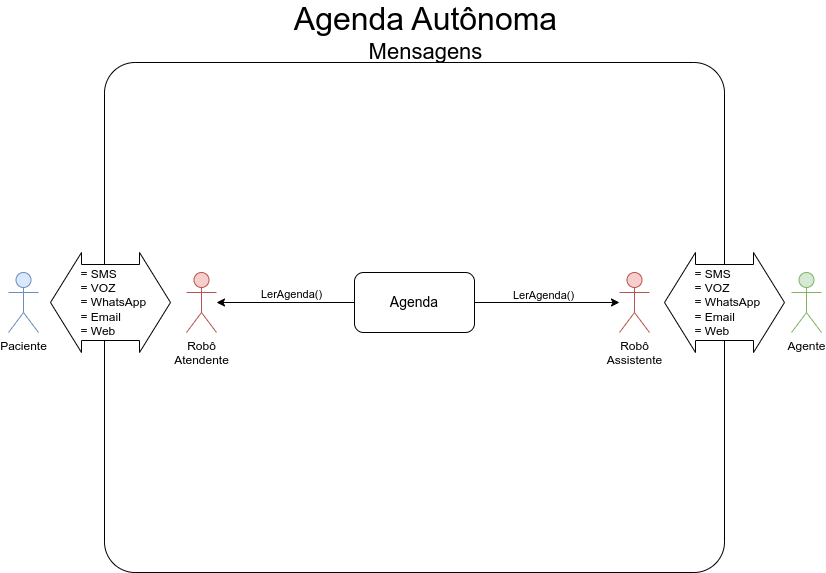
This is Agenda-Página-2.drawio.png from gunboe/Agenda, a draw.io export, as it was before one commit. Source tidied: cells renumbered, new cells last; positions are measured from the earlier drawing's top-left corner, leaving out a move shared by most shapes. Its diagram source:
```xml
<mxGraphModel>
  <root>
    <mxCell id="0" />
    <mxCell id="1" parent="0" />
    <mxCell id="2" style="rounded=1;whiteSpace=wrap;html=1;arcSize=6;" parent="1" vertex="1">
      <mxGeometry x="96" y="60" width="620" height="510" as="geometry" />
    </mxCell>
    <mxCell id="3" value="Paciente" style="shape=umlActor;verticalLabelPosition=bottom;verticalAlign=top;html=1;fillColor=#dae8fc;strokeColor=#6c8ebf;" parent="1" vertex="1">
      <mxGeometry y="270" width="30" height="60" as="geometry" />
    </mxCell>
    <mxCell id="4" value="Agente" style="shape=umlActor;verticalLabelPosition=bottom;verticalAlign=top;html=1;fillColor=#d5e8d4;strokeColor=#82b366;" parent="1" vertex="1">
      <mxGeometry x="783" y="270" width="30" height="60" as="geometry" />
    </mxCell>
    <mxCell id="5" value="Robô&lt;br&gt;Atendente" style="shape=umlActor;verticalLabelPosition=bottom;verticalAlign=top;html=1;outlineConnect=0;fillColor=#f8cecc;strokeColor=#b85450;" parent="1" vertex="1">
      <mxGeometry x="178" y="270" width="30" height="60" as="geometry" />
    </mxCell>
    <mxCell id="6" value="Robô&lt;br&gt;Assistente" style="shape=umlActor;verticalLabelPosition=bottom;verticalAlign=top;html=1;outlineConnect=0;fillColor=#f8cecc;strokeColor=#b85450;" parent="1" vertex="1">
      <mxGeometry x="611" y="270" width="30" height="60" as="geometry" />
    </mxCell>
    <mxCell id="7" value="&lt;font style=&quot;&quot;&gt;&lt;span style=&quot;font-size: 32px;&quot;&gt;Agenda Autônoma&lt;/span&gt;&lt;br&gt;&lt;font style=&quot;font-size: 22px;&quot;&gt;Mensagens&lt;/font&gt;&lt;br&gt;&lt;/font&gt;" style="text;html=1;strokeColor=none;fillColor=none;align=center;verticalAlign=middle;whiteSpace=wrap;rounded=0;" parent="1" vertex="1">
      <mxGeometry x="269.5" width="295" height="60" as="geometry" />
    </mxCell>
    <mxCell id="8" style="edgeStyle=orthogonalEdgeStyle;rounded=0;jettySize=auto;html=1;" parent="1" edge="1" source="12" target="5">
      <mxGeometry relative="1" as="geometry" />
    </mxCell>
    <mxCell id="9" value="LerAgenda()" style="edgeLabel;html=1;align=center;verticalAlign=middle;" parent="8" vertex="1">
      <mxGeometry x="-0.08" y="-2" relative="1" as="geometry">
        <mxPoint x="-1" y="-7" as="offset" />
      </mxGeometry>
    </mxCell>
    <mxCell id="10" style="edgeStyle=orthogonalEdgeStyle;rounded=0;jettySize=auto;html=1;" parent="1" edge="1" source="12" target="6">
      <mxGeometry relative="1" as="geometry" />
    </mxCell>
    <mxCell id="11" value="LerAgenda()" style="edgeLabel;html=1;align=center;verticalAlign=middle;" parent="10" vertex="1">
      <mxGeometry x="-0.06" y="-1" relative="1" as="geometry">
        <mxPoint y="-9" as="offset" />
      </mxGeometry>
    </mxCell>
    <mxCell id="12" value="Agenda" style="rounded=1;whiteSpace=wrap;html=1;fontSize=14;" parent="1" vertex="1">
      <mxGeometry x="346" y="270" width="120" height="60" as="geometry" />
    </mxCell>
    <mxCell id="13" value="&lt;div style=&quot;border-color: var(--border-color); text-align: left;&quot;&gt;&amp;nbsp; = SMS&lt;/div&gt;&lt;div style=&quot;border-color: var(--border-color); text-align: left;&quot;&gt;&amp;nbsp; = VOZ&lt;/div&gt;&lt;div style=&quot;border-color: var(--border-color); text-align: left;&quot;&gt;&lt;span style=&quot;border-color: var(--border-color); background-color: initial;&quot;&gt;&amp;nbsp; = WhatsApp&lt;/span&gt;&lt;/div&gt;&lt;div style=&quot;border-color: var(--border-color); text-align: left;&quot;&gt;&lt;span style=&quot;border-color: var(--border-color); background-color: initial;&quot;&gt;&amp;nbsp; = Email&lt;/span&gt;&lt;/div&gt;&lt;div style=&quot;border-color: var(--border-color); text-align: left;&quot;&gt;&lt;span style=&quot;border-color: var(--border-color); background-color: initial;&quot;&gt;&amp;nbsp; = Web&lt;/span&gt;&lt;/div&gt;" style="shape=doubleArrow;whiteSpace=wrap;html=1;arrowWidth=0.76;arrowSize=0.25833333333333336;" parent="1" vertex="1">
      <mxGeometry x="42" y="250" width="120" height="100" as="geometry" />
    </mxCell>
    <mxCell id="14" value="&lt;div style=&quot;border-color: var(--border-color); text-align: left;&quot;&gt;&amp;nbsp; = SMS&lt;/div&gt;&lt;div style=&quot;border-color: var(--border-color); text-align: left;&quot;&gt;&amp;nbsp; = VOZ&lt;/div&gt;&lt;div style=&quot;border-color: var(--border-color); text-align: left;&quot;&gt;&lt;span style=&quot;border-color: var(--border-color); background-color: initial;&quot;&gt;&amp;nbsp; = WhatsApp&lt;/span&gt;&lt;/div&gt;&lt;div style=&quot;border-color: var(--border-color); text-align: left;&quot;&gt;&lt;span style=&quot;border-color: var(--border-color); background-color: initial;&quot;&gt;&amp;nbsp; = Email&lt;/span&gt;&lt;/div&gt;&lt;div style=&quot;border-color: var(--border-color); text-align: left;&quot;&gt;&lt;span style=&quot;border-color: var(--border-color); background-color: initial;&quot;&gt;&amp;nbsp; = Web&lt;/span&gt;&lt;/div&gt;" style="shape=doubleArrow;whiteSpace=wrap;html=1;arrowWidth=0.76;arrowSize=0.25833333333333336;" parent="1" vertex="1">
      <mxGeometry x="656" y="250" width="120" height="100" as="geometry" />
    </mxCell>
  </root>
</mxGraphModel>
```
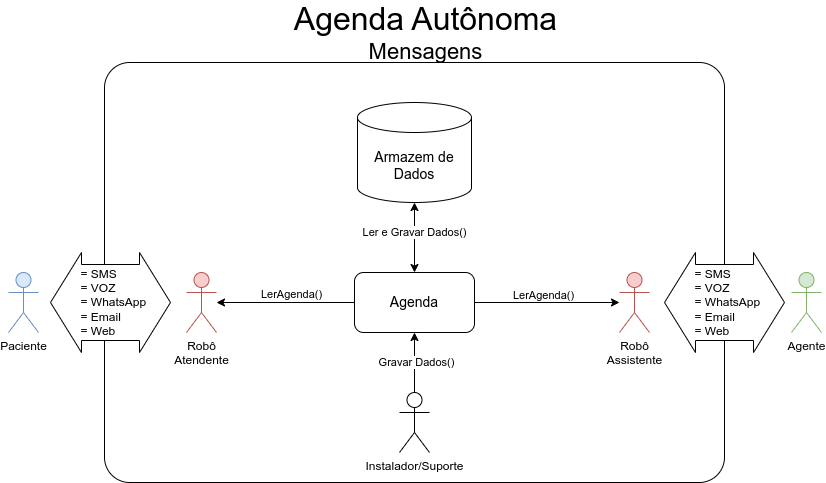
After the commit.

Diff of the diagram source:
```diff
@@ -3,7 +3,7 @@
     <mxCell id="0" />
     <mxCell id="1" parent="0" />
     <mxCell id="2" style="rounded=1;whiteSpace=wrap;html=1;arcSize=6;" parent="1" vertex="1">
-      <mxGeometry x="96" y="60" width="620" height="510" as="geometry" />
+      <mxGeometry x="96" y="60" width="620" height="420" as="geometry" />
     </mxCell>
     <mxCell id="3" value="Paciente" style="shape=umlActor;verticalLabelPosition=bottom;verticalAlign=top;html=1;fillColor=#dae8fc;strokeColor=#6c8ebf;" parent="1" vertex="1">
       <mxGeometry y="270" width="30" height="60" as="geometry" />
@@ -45,5 +45,23 @@
     <mxCell id="14" value="&lt;div style=&quot;border-color: var(--border-color); text-align: left;&quot;&gt;&amp;nbsp; = SMS&lt;/div&gt;&lt;div style=&quot;border-color: var(--border-color); text-align: left;&quot;&gt;&amp;nbsp; = VOZ&lt;/div&gt;&lt;div style=&quot;border-color: var(--border-color); text-align: left;&quot;&gt;&lt;span style=&quot;border-color: var(--border-color); background-color: initial;&quot;&gt;&amp;nbsp; = WhatsApp&lt;/span&gt;&lt;/div&gt;&lt;div style=&quot;border-color: var(--border-color); text-align: left;&quot;&gt;&lt;span style=&quot;border-color: var(--border-color); background-color: initial;&quot;&gt;&amp;nbsp; = Email&lt;/span&gt;&lt;/div&gt;&lt;div style=&quot;border-color: var(--border-color); text-align: left;&quot;&gt;&lt;span style=&quot;border-color: var(--border-color); background-color: initial;&quot;&gt;&amp;nbsp; = Web&lt;/span&gt;&lt;/div&gt;" style="shape=doubleArrow;whiteSpace=wrap;html=1;arrowWidth=0.76;arrowSize=0.25833333333333336;" parent="1" vertex="1">
       <mxGeometry x="656" y="250" width="120" height="100" as="geometry" />
     </mxCell>
+    <mxCell id="15" value="&lt;font style=&quot;font-size: 14px;&quot;&gt;Armazem de Dados&lt;/font&gt;" style="shape=cylinder3;whiteSpace=wrap;html=1;boundedLbl=1;backgroundOutline=1;size=15;" parent="1" vertex="1">
+      <mxGeometry x="349" y="100" width="114" height="100" as="geometry" />
+    </mxCell>
+    <mxCell id="16" style="edgeStyle=orthogonalEdgeStyle;rounded=0;jettySize=auto;html=1;entryX=0.5;entryY=1;entryDx=0;entryDy=0;entryPerimeter=0;startArrow=classic;startFill=1;endArrow=classic;endFill=1;" parent="1" edge="1" source="12" target="15">
+      <mxGeometry relative="1" as="geometry" />
+    </mxCell>
+    <mxCell id="17" value="Ler e Gravar Dados()" style="edgeLabel;html=1;align=center;verticalAlign=middle;" parent="16" vertex="1">
+      <mxGeometry x="0.16" y="1" relative="1" as="geometry" />
+    </mxCell>
+    <mxCell id="18" style="edgeStyle=orthogonalEdgeStyle;rounded=0;jettySize=auto;html=1;entryX=0.5;entryY=1;entryDx=0;entryDy=0;" parent="1" edge="1" source="20" target="12">
+      <mxGeometry relative="1" as="geometry" />
+    </mxCell>
+    <mxCell id="19" value="Gravar Dados()" style="edgeLabel;html=1;align=center;verticalAlign=middle;" parent="18" vertex="1">
+      <mxGeometry x="0.03" y="-1" relative="1" as="geometry" />
+    </mxCell>
+    <mxCell id="20" value="Instalador/Suporte" style="shape=umlActor;verticalLabelPosition=bottom;verticalAlign=top;html=1;outlineConnect=0;" parent="1" vertex="1">
+      <mxGeometry x="391" y="390" width="30" height="60" as="geometry" />
+    </mxCell>
   </root>
 </mxGraphModel>
```
